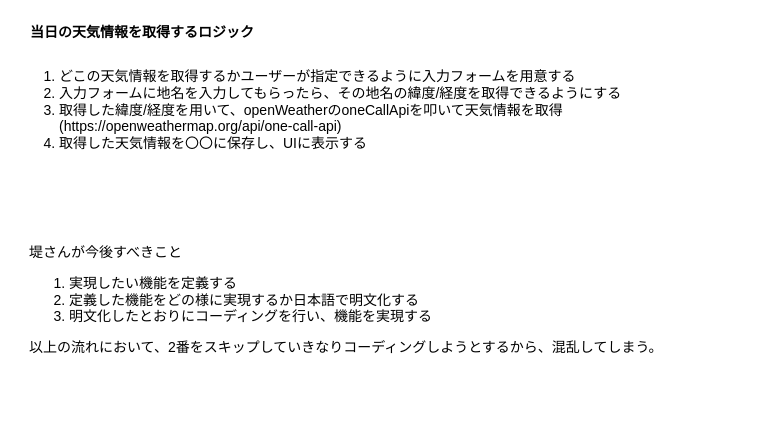
This is documents/fetchTodayForecast.dio from Yuta-Tsutsumi/weather-app, a draw.io file, before an edit. Source tidied: cells renumbered, new cells numbered last; positions are measured from the earlier drawing's top-left corner, leaving out a move shared by most shapes. Both pictures are drawn from the tidied source at 100%, with x=0, y=0 at pixel (17, 17).
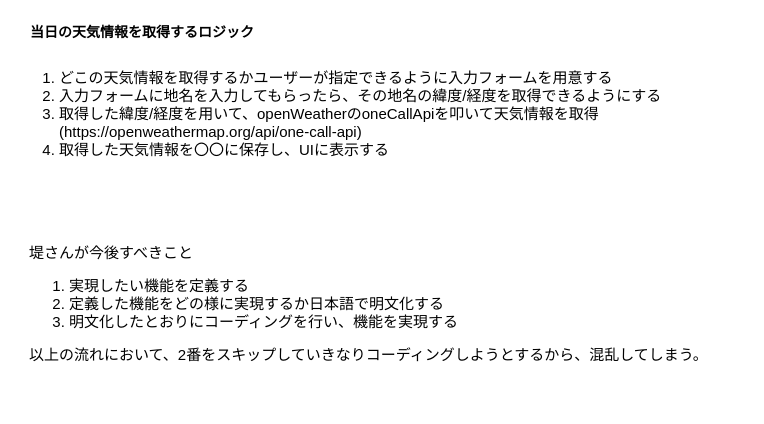
Above is the later version.

Commit message:
fontサイズを大きくした

What changed in the source:
```diff
@@
 <mxGraphModel>
   <root>
     <mxCell id="0" />
     <mxCell id="1" parent="0" />
     <mxCell id="2" value="当日の天気情報を取得するロジック" style="text;html=1;align=center;verticalAlign=middle;whiteSpace=wrap;rounded=0;fontStyle=1;fontSize=14;" parent="1" vertex="1">
       <mxGeometry width="250" height="30" as="geometry" />
     </mxCell>
-    <mxCell id="3" value="&lt;ol&gt;&lt;li&gt;どこの天気情報を取得するかユーザーが指定できるように入力フォームを用意する&lt;/li&gt;&lt;li&gt;入力フォームに地名を入力してもらったら、その地名の緯度/経度を取得できるようにする&lt;/li&gt;&lt;li&gt;取得した緯度/経度を用いて、openWeatherのoneCallApiを叩いて天気情報を取得(https://openweathermap.org/api/one-call-api)&lt;/li&gt;&lt;li&gt;取得した天気情報を〇〇に保存し、UIに表示する&lt;/li&gt;&lt;/ol&gt;" style="text;html=1;strokeColor=none;fillColor=none;align=left;verticalAlign=top;whiteSpace=wrap;rounded=0;fontSize=14;" parent="1" vertex="1">
+    <mxCell id="3" value="&lt;ol style=&quot;font-size: 15px;&quot;&gt;&lt;li style=&quot;font-size: 15px;&quot;&gt;どこの天気情報を取得するかユーザーが指定できるように入力フォームを用意する&lt;/li&gt;&lt;li style=&quot;font-size: 15px;&quot;&gt;入力フォームに地名を入力してもらったら、その地名の緯度/経度を取得できるようにする&lt;/li&gt;&lt;li style=&quot;font-size: 15px;&quot;&gt;取得した緯度/経度を用いて、openWeatherのoneCallApiを叩いて天気情報を取得(https://openweathermap.org/api/one-call-api)&lt;/li&gt;&lt;li style=&quot;font-size: 15px;&quot;&gt;取得した天気情報を〇〇に保存し、UIに表示する&lt;/li&gt;&lt;/ol&gt;" style="text;html=1;strokeColor=none;fillColor=none;align=left;verticalAlign=top;whiteSpace=wrap;rounded=0;fontSize=15;" parent="1" vertex="1">
       <mxGeometry y="30" width="670" height="150" as="geometry" />
     </mxCell>
-    <mxCell id="4" value="堤さんが今後すべきこと&lt;br&gt;&lt;ol&gt;&lt;li&gt;実現したい機能を定義する&lt;/li&gt;&lt;li&gt;定義した機能をどの様に実現するか日本語で明文化する&lt;/li&gt;&lt;li&gt;明文化したとおりにコーディングを行い、機能を実現する&lt;/li&gt;&lt;/ol&gt;&lt;div&gt;以上の流れにおいて、2番をスキップしていきなりコーディングしようとするから、混乱してしまう。&lt;/div&gt;" style="text;html=1;strokeColor=none;fillColor=none;align=left;verticalAlign=top;whiteSpace=wrap;rounded=0;fontSize=14;" parent="1" vertex="1">
-      <mxGeometry x="10" y="220" width="670" height="140" as="geometry" />
+    <mxCell id="4" value="堤さんが今後すべきこと&lt;br style=&quot;font-size: 15px;&quot;&gt;&lt;ol style=&quot;font-size: 15px;&quot;&gt;&lt;li style=&quot;font-size: 15px;&quot;&gt;実現したい機能を定義する&lt;/li&gt;&lt;li style=&quot;font-size: 15px;&quot;&gt;定義した機能をどの様に実現するか日本語で明文化する&lt;/li&gt;&lt;li style=&quot;font-size: 15px;&quot;&gt;明文化したとおりにコーディングを行い、機能を実現する&lt;/li&gt;&lt;/ol&gt;&lt;div style=&quot;font-size: 15px;&quot;&gt;以上の流れにおいて、2番をスキップしていきなりコーディングしようとするから、混乱してしまう。&lt;/div&gt;" style="text;html=1;strokeColor=none;fillColor=none;align=left;verticalAlign=top;whiteSpace=wrap;rounded=0;fontSize=15;" parent="1" vertex="1">
+      <mxGeometry x="10" y="220" width="720" height="170" as="geometry" />
     </mxCell>
   </root>
 </mxGraphModel>
```
